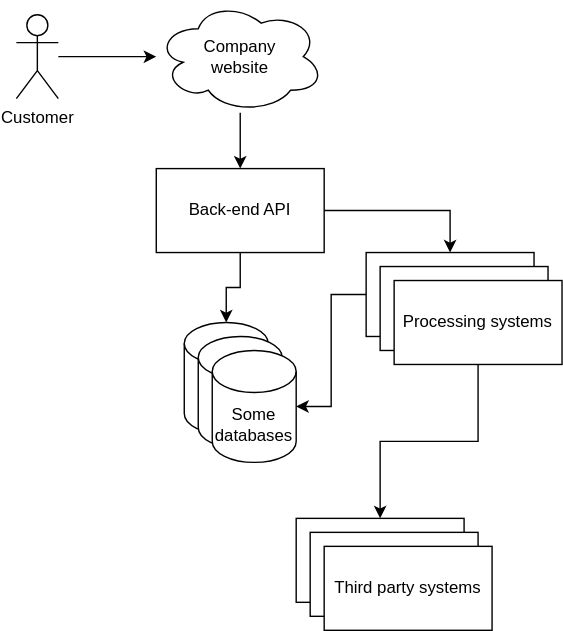
This is presentations/diagrams/example-business-data-flow.svg from andykuszyk/andykuszyk.github.io, a draw.io export, as it was before one commit. Source tidied: cells renumbered, new cells last; positions are measured from the earlier drawing's top-left corner, leaving out a move shared by most shapes. The source it was exported from:
```xml
<mxGraphModel>
  <root>
    <mxCell id="0" />
    <mxCell id="1" parent="0" />
    <mxCell id="2" style="edgeStyle=orthogonalEdgeStyle;rounded=0;jettySize=auto;html=1;" parent="1" edge="1" source="3" target="5">
      <mxGeometry relative="1" as="geometry" />
    </mxCell>
    <mxCell id="3" value="Customer" style="shape=umlActor;verticalLabelPosition=bottom;verticalAlign=top;html=1;outlineConnect=0;" parent="1" vertex="1">
      <mxGeometry y="10" width="30" height="60" as="geometry" />
    </mxCell>
    <mxCell id="4" style="edgeStyle=orthogonalEdgeStyle;rounded=0;jettySize=auto;html=1;entryX=0.5;entryY=0;entryDx=0;entryDy=0;" parent="1" edge="1" source="5" target="8">
      <mxGeometry relative="1" as="geometry" />
    </mxCell>
    <mxCell id="5" value="Company&lt;br&gt;website" style="ellipse;shape=cloud;whiteSpace=wrap;html=1;" parent="1" vertex="1">
      <mxGeometry x="100" width="120" height="80" as="geometry" />
    </mxCell>
    <mxCell id="6" style="edgeStyle=orthogonalEdgeStyle;rounded=0;jettySize=auto;html=1;entryX=0.5;entryY=0;entryDx=0;entryDy=0;entryPerimeter=0;" parent="1" edge="1" source="8" target="14">
      <mxGeometry relative="1" as="geometry" />
    </mxCell>
    <mxCell id="7" style="edgeStyle=orthogonalEdgeStyle;rounded=0;jettySize=auto;html=1;exitX=1;exitY=0.5;exitDx=0;exitDy=0;entryX=0.5;entryY=0;entryDx=0;entryDy=0;" parent="1" edge="1" source="8" target="9">
      <mxGeometry relative="1" as="geometry" />
    </mxCell>
    <mxCell id="8" value="Back-end API" style="rounded=0;whiteSpace=wrap;html=1;" parent="1" vertex="1">
      <mxGeometry x="100" y="120" width="120" height="60" as="geometry" />
    </mxCell>
    <mxCell id="9" style="rounded=0;whiteSpace=wrap;html=1;" parent="1" vertex="1">
      <mxGeometry x="250" y="180" width="120" height="60" as="geometry" />
    </mxCell>
    <mxCell id="10" style="rounded=0;whiteSpace=wrap;html=1;" parent="1" vertex="1">
      <mxGeometry x="260" y="190" width="120" height="60" as="geometry" />
    </mxCell>
    <mxCell id="11" style="edgeStyle=orthogonalEdgeStyle;rounded=0;jettySize=auto;html=1;" parent="1" edge="1" source="13" target="17">
      <mxGeometry relative="1" as="geometry" />
    </mxCell>
    <mxCell id="12" style="edgeStyle=orthogonalEdgeStyle;rounded=0;jettySize=auto;html=1;exitX=0;exitY=0.5;exitDx=0;exitDy=0;entryX=1;entryY=0.5;entryDx=0;entryDy=0;entryPerimeter=0;" parent="1" edge="1" source="9" target="16">
      <mxGeometry relative="1" as="geometry" />
    </mxCell>
    <mxCell id="13" value="Processing systems" style="rounded=0;whiteSpace=wrap;html=1;" parent="1" vertex="1">
      <mxGeometry x="270" y="200" width="120" height="60" as="geometry" />
    </mxCell>
    <mxCell id="14" style="shape=cylinder3;whiteSpace=wrap;html=1;boundedLbl=1;backgroundOutline=1;size=15;" parent="1" vertex="1">
      <mxGeometry x="120" y="230" width="60" height="80" as="geometry" />
    </mxCell>
    <mxCell id="15" style="shape=cylinder3;whiteSpace=wrap;html=1;boundedLbl=1;backgroundOutline=1;size=15;" parent="1" vertex="1">
      <mxGeometry x="130" y="240" width="60" height="80" as="geometry" />
    </mxCell>
    <mxCell id="16" value="Some databases" style="shape=cylinder3;whiteSpace=wrap;html=1;boundedLbl=1;backgroundOutline=1;size=15;" parent="1" vertex="1">
      <mxGeometry x="140" y="250" width="60" height="80" as="geometry" />
    </mxCell>
    <mxCell id="17" style="rounded=0;whiteSpace=wrap;html=1;" parent="1" vertex="1">
      <mxGeometry x="200" y="370" width="120" height="60" as="geometry" />
    </mxCell>
    <mxCell id="18" style="rounded=0;whiteSpace=wrap;html=1;" parent="1" vertex="1">
      <mxGeometry x="210" y="380" width="120" height="60" as="geometry" />
    </mxCell>
    <mxCell id="19" value="Third party systems" style="rounded=0;whiteSpace=wrap;html=1;" parent="1" vertex="1">
      <mxGeometry x="220" y="390" width="120" height="60" as="geometry" />
    </mxCell>
  </root>
</mxGraphModel>
```
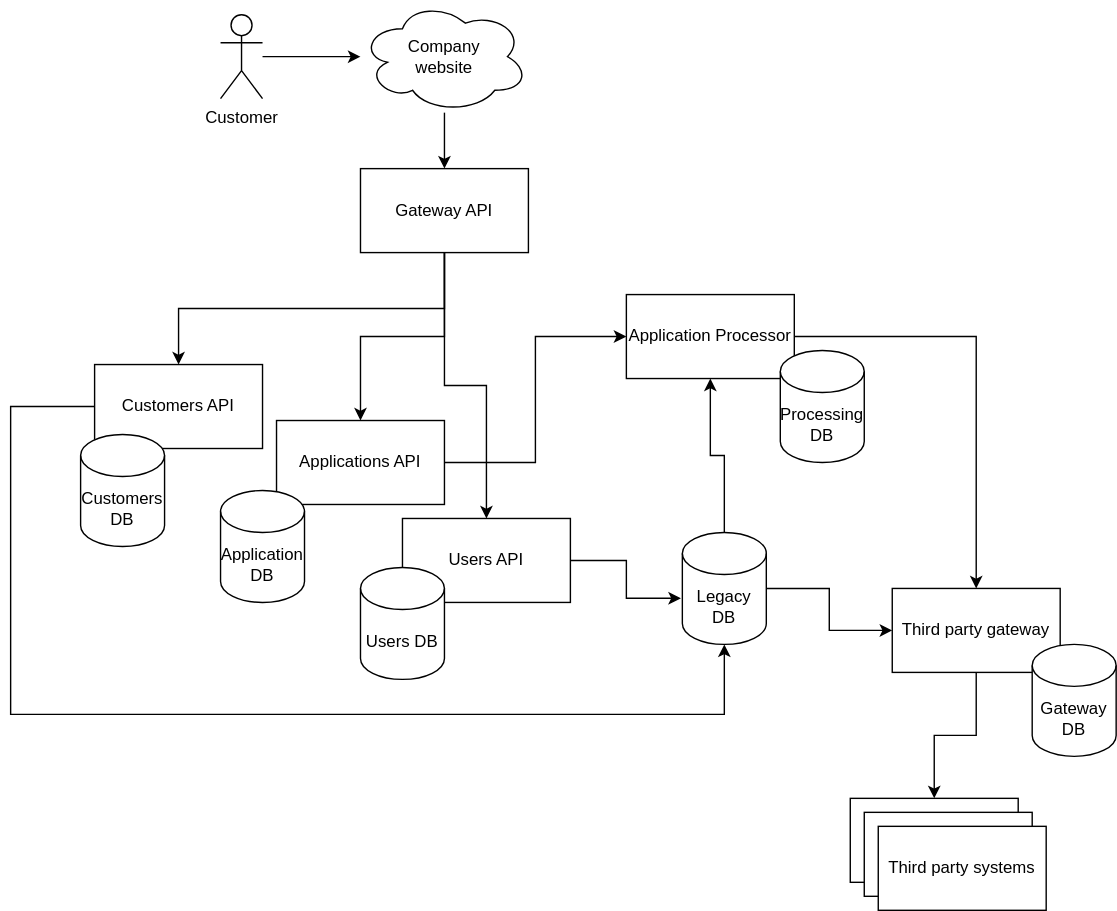
Later version of the same file.

Change to the diagram source:
```diff
@@ -14,47 +14,86 @@
     <mxCell id="5" value="Company&lt;br&gt;website" style="ellipse;shape=cloud;whiteSpace=wrap;html=1;" parent="1" vertex="1">
       <mxGeometry x="100" width="120" height="80" as="geometry" />
     </mxCell>
-    <mxCell id="6" style="edgeStyle=orthogonalEdgeStyle;rounded=0;jettySize=auto;html=1;entryX=0.5;entryY=0;entryDx=0;entryDy=0;entryPerimeter=0;" parent="1" edge="1" source="8" target="14">
-      <mxGeometry relative="1" as="geometry" />
-    </mxCell>
-    <mxCell id="7" style="edgeStyle=orthogonalEdgeStyle;rounded=0;jettySize=auto;html=1;exitX=1;exitY=0.5;exitDx=0;exitDy=0;entryX=0.5;entryY=0;entryDx=0;entryDy=0;" parent="1" edge="1" source="8" target="9">
-      <mxGeometry relative="1" as="geometry" />
-    </mxCell>
+    <mxCell id="20" style="edgeStyle=orthogonalEdgeStyle;rounded=0;jettySize=auto;html=1;exitX=0.5;exitY=1;exitDx=0;exitDy=0;" parent="1" edge="1" source="8" target="26">
+      <mxGeometry relative="1" as="geometry" />
+    </mxCell>
+    <mxCell id="21" style="edgeStyle=orthogonalEdgeStyle;rounded=0;jettySize=auto;html=1;" parent="1" edge="1" source="8" target="28">
+      <mxGeometry relative="1" as="geometry" />
+    </mxCell>
+    <mxCell id="22" style="edgeStyle=orthogonalEdgeStyle;rounded=0;jettySize=auto;html=1;" parent="1" edge="1" source="8" target="30">
+      <mxGeometry relative="1" as="geometry" />
+    </mxCell>
-    <mxCell id="8" value="Back-end API" style="rounded=0;whiteSpace=wrap;html=1;" parent="1" vertex="1">
+    <mxCell id="8" value="Gateway API" style="rounded=0;whiteSpace=wrap;html=1;" parent="1" vertex="1">
       <mxGeometry x="100" y="120" width="120" height="60" as="geometry" />
     </mxCell>
-    <mxCell id="9" style="rounded=0;whiteSpace=wrap;html=1;" parent="1" vertex="1">
-      <mxGeometry x="250" y="180" width="120" height="60" as="geometry" />
-    </mxCell>
+    <mxCell id="23" style="edgeStyle=orthogonalEdgeStyle;rounded=0;jettySize=auto;html=1;entryX=0.5;entryY=0;entryDx=0;entryDy=0;" parent="1" edge="1" source="10" target="17">
+      <mxGeometry relative="1" as="geometry" />
+    </mxCell>
-    <mxCell id="10" style="rounded=0;whiteSpace=wrap;html=1;" parent="1" vertex="1">
-      <mxGeometry x="260" y="190" width="120" height="60" as="geometry" />
+    <mxCell id="10" value="Third party gateway" style="rounded=0;whiteSpace=wrap;html=1;" parent="1" vertex="1">
+      <mxGeometry x="480" y="420" width="120" height="60" as="geometry" />
     </mxCell>
-    <mxCell id="11" style="edgeStyle=orthogonalEdgeStyle;rounded=0;jettySize=auto;html=1;" parent="1" edge="1" source="13" target="17">
-      <mxGeometry relative="1" as="geometry" />
-    </mxCell>
-    <mxCell id="12" style="edgeStyle=orthogonalEdgeStyle;rounded=0;jettySize=auto;html=1;exitX=0;exitY=0.5;exitDx=0;exitDy=0;entryX=1;entryY=0.5;entryDx=0;entryDy=0;entryPerimeter=0;" parent="1" edge="1" source="9" target="16">
-      <mxGeometry relative="1" as="geometry" />
-    </mxCell>
+    <mxCell id="24" style="edgeStyle=orthogonalEdgeStyle;rounded=0;jettySize=auto;html=1;" parent="1" edge="1" source="13" target="10">
+      <mxGeometry relative="1" as="geometry" />
+    </mxCell>
-    <mxCell id="13" value="Processing systems" style="rounded=0;whiteSpace=wrap;html=1;" parent="1" vertex="1">
-      <mxGeometry x="270" y="200" width="120" height="60" as="geometry" />
+    <mxCell id="13" value="Application Processor" style="rounded=0;whiteSpace=wrap;html=1;" parent="1" vertex="1">
+      <mxGeometry x="290" y="210" width="120" height="60" as="geometry" />
     </mxCell>
-    <mxCell id="14" style="shape=cylinder3;whiteSpace=wrap;html=1;boundedLbl=1;backgroundOutline=1;size=15;" parent="1" vertex="1">
-      <mxGeometry x="120" y="230" width="60" height="80" as="geometry" />
-    </mxCell>
-    <mxCell id="15" style="shape=cylinder3;whiteSpace=wrap;html=1;boundedLbl=1;backgroundOutline=1;size=15;" parent="1" vertex="1">
-      <mxGeometry x="130" y="240" width="60" height="80" as="geometry" />
-    </mxCell>
-    <mxCell id="16" value="Some databases" style="shape=cylinder3;whiteSpace=wrap;html=1;boundedLbl=1;backgroundOutline=1;size=15;" parent="1" vertex="1">
-      <mxGeometry x="140" y="250" width="60" height="80" as="geometry" />
-    </mxCell>
     <mxCell id="17" style="rounded=0;whiteSpace=wrap;html=1;" parent="1" vertex="1">
-      <mxGeometry x="200" y="370" width="120" height="60" as="geometry" />
+      <mxGeometry x="450" y="570" width="120" height="60" as="geometry" />
     </mxCell>
     <mxCell id="18" style="rounded=0;whiteSpace=wrap;html=1;" parent="1" vertex="1">
-      <mxGeometry x="210" y="380" width="120" height="60" as="geometry" />
+      <mxGeometry x="460" y="580" width="120" height="60" as="geometry" />
     </mxCell>
     <mxCell id="19" value="Third party systems" style="rounded=0;whiteSpace=wrap;html=1;" parent="1" vertex="1">
-      <mxGeometry x="220" y="390" width="120" height="60" as="geometry" />
+      <mxGeometry x="470" y="590" width="120" height="60" as="geometry" />
     </mxCell>
+    <mxCell id="25" style="edgeStyle=orthogonalEdgeStyle;rounded=0;jettySize=auto;html=1;entryX=0.5;entryY=1;entryDx=0;entryDy=0;entryPerimeter=0;" parent="1" edge="1" source="26" target="38">
+      <mxGeometry relative="1" as="geometry">
+        <Array as="points">
+          <mxPoint x="-150" y="290" />
+          <mxPoint x="-150" y="510" />
+          <mxPoint x="360" y="510" />
+        </Array>
+      </mxGeometry>
+    </mxCell>
+    <mxCell id="26" value="Customers API" style="rounded=0;whiteSpace=wrap;html=1;" parent="1" vertex="1">
+      <mxGeometry x="-90" y="260" width="120" height="60" as="geometry" />
+    </mxCell>
+    <mxCell id="27" style="edgeStyle=orthogonalEdgeStyle;rounded=0;jettySize=auto;html=1;exitX=1;exitY=0.5;exitDx=0;exitDy=0;entryX=0;entryY=0.5;entryDx=0;entryDy=0;" parent="1" edge="1" source="28" target="13">
+      <mxGeometry relative="1" as="geometry" />
+    </mxCell>
+    <mxCell id="28" value="Applications API" style="rounded=0;whiteSpace=wrap;html=1;" parent="1" vertex="1">
+      <mxGeometry x="40" y="300" width="120" height="60" as="geometry" />
+    </mxCell>
+    <mxCell id="29" style="edgeStyle=orthogonalEdgeStyle;rounded=0;jettySize=auto;html=1;entryX=-0.017;entryY=0.588;entryDx=0;entryDy=0;entryPerimeter=0;" parent="1" edge="1" source="30" target="38">
+      <mxGeometry relative="1" as="geometry" />
+    </mxCell>
+    <mxCell id="30" value="Users API" style="rounded=0;whiteSpace=wrap;html=1;" parent="1" vertex="1">
+      <mxGeometry x="130" y="370" width="120" height="60" as="geometry" />
+    </mxCell>
+    <mxCell id="31" value="Customers DB" style="shape=cylinder3;whiteSpace=wrap;html=1;boundedLbl=1;backgroundOutline=1;size=15;" parent="1" vertex="1">
+      <mxGeometry x="-100" y="310" width="60" height="80" as="geometry" />
+    </mxCell>
+    <mxCell id="32" value="Application DB" style="shape=cylinder3;whiteSpace=wrap;html=1;boundedLbl=1;backgroundOutline=1;size=15;" parent="1" vertex="1">
+      <mxGeometry y="350" width="60" height="80" as="geometry" />
+    </mxCell>
+    <mxCell id="33" value="Users DB" style="shape=cylinder3;whiteSpace=wrap;html=1;boundedLbl=1;backgroundOutline=1;size=15;" parent="1" vertex="1">
+      <mxGeometry x="100" y="405" width="60" height="80" as="geometry" />
+    </mxCell>
+    <mxCell id="34" value="Gateway DB" style="shape=cylinder3;whiteSpace=wrap;html=1;boundedLbl=1;backgroundOutline=1;size=15;" parent="1" vertex="1">
+      <mxGeometry x="580" y="460" width="60" height="80" as="geometry" />
+    </mxCell>
+    <mxCell id="35" value="Processing DB" style="shape=cylinder3;whiteSpace=wrap;html=1;boundedLbl=1;backgroundOutline=1;size=15;" parent="1" vertex="1">
+      <mxGeometry x="400" y="250" width="60" height="80" as="geometry" />
+    </mxCell>
+    <mxCell id="36" style="edgeStyle=orthogonalEdgeStyle;rounded=0;jettySize=auto;html=1;entryX=0.5;entryY=1;entryDx=0;entryDy=0;" parent="1" edge="1" source="38" target="13">
+      <mxGeometry relative="1" as="geometry" />
+    </mxCell>
+    <mxCell id="37" style="edgeStyle=orthogonalEdgeStyle;rounded=0;jettySize=auto;html=1;" parent="1" edge="1" source="38" target="10">
+      <mxGeometry relative="1" as="geometry" />
+    </mxCell>
+    <mxCell id="38" value="Legacy DB" style="shape=cylinder3;whiteSpace=wrap;html=1;boundedLbl=1;backgroundOutline=1;size=15;" parent="1" vertex="1">
+      <mxGeometry x="330" y="380" width="60" height="80" as="geometry" />
+    </mxCell>
   </root>
 </mxGraphModel>
```
